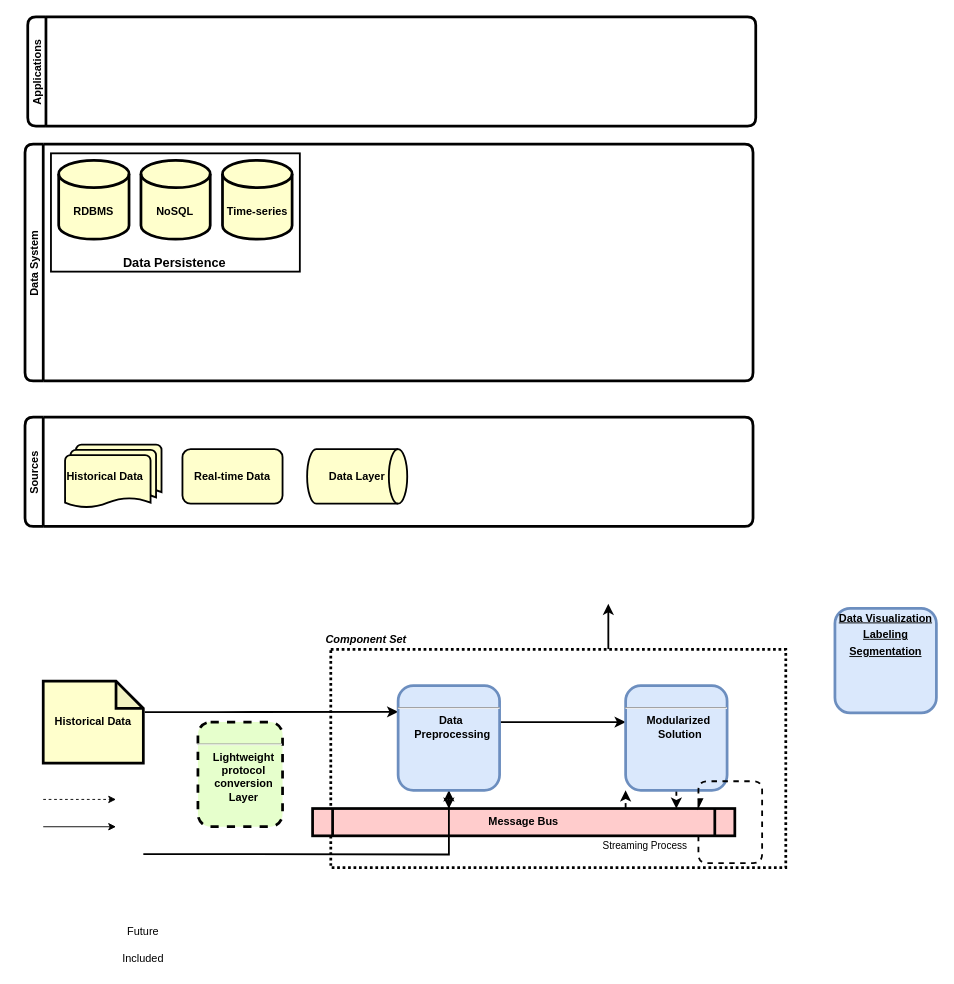
The draw.io diagram data-flow-simple.drawio in licongchao/Customized-Charts, before the edit. Source tidied: cells renumbered, new cells numbered last; positions are measured from the earlier drawing's top-left corner, leaving out a move shared by most shapes. Both pictures are drawn from the tidied source at 91%, with x=0, y=0 at pixel (25, 16). Pictures stored in the file or linked from it are replaced by grey dashed boxes.
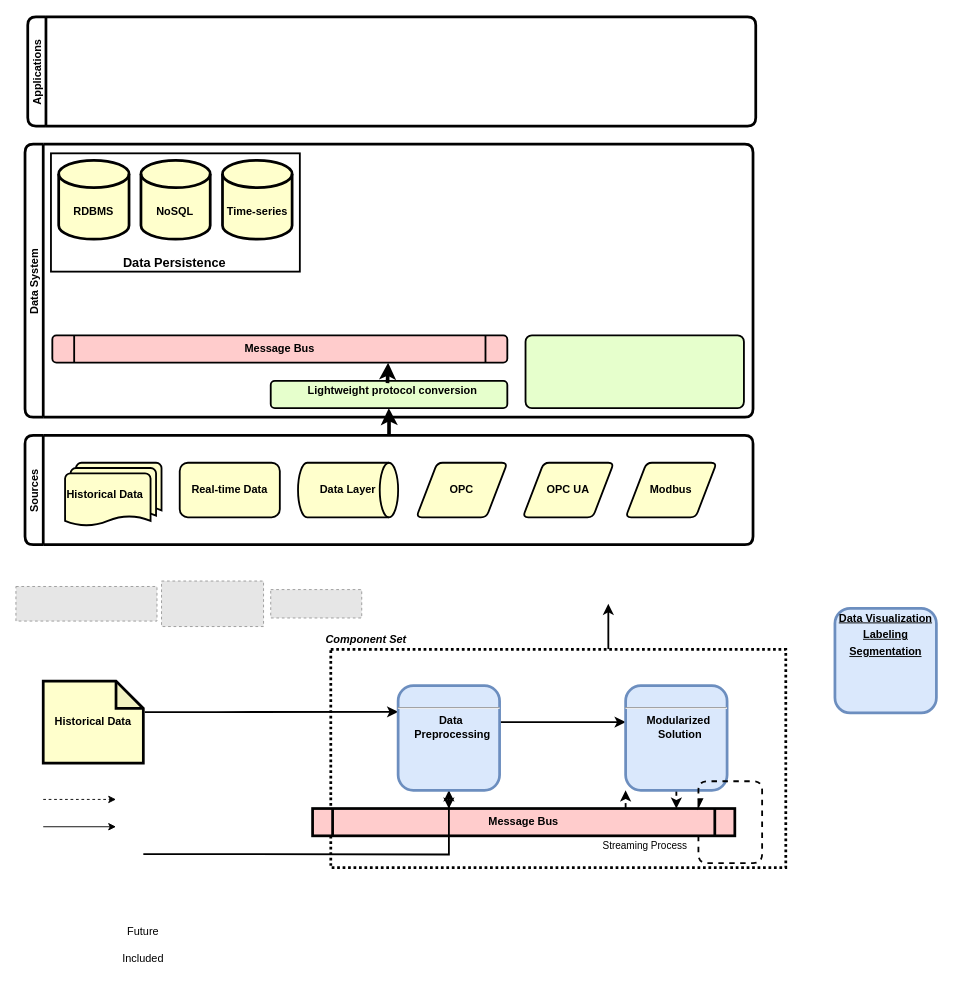
After the change.

Change to the diagram source:
```diff
@@
-    <mxCell id="5" value="&lt;p style=&quot;margin: 0px ; margin-top: 4px ; text-align: center ; text-decoration: underline&quot;&gt;&lt;strong&gt;&lt;br&gt;&lt;/strong&gt;&lt;/p&gt;&lt;hr&gt;&lt;p style=&quot;margin: 0px ; margin-left: 8px&quot;&gt;Lightweight&lt;/p&gt;&lt;p style=&quot;margin: 0px ; margin-left: 8px&quot;&gt;protocol&lt;/p&gt;&lt;p style=&quot;margin: 0px ; margin-left: 8px&quot;&gt;conversion&lt;/p&gt;&lt;p style=&quot;margin: 0px ; margin-left: 8px&quot;&gt;Layer&lt;/p&gt;&lt;p style=&quot;margin: 0px ; margin-left: 8px&quot;&gt;&lt;br&gt;&lt;/p&gt;" style="verticalAlign=middle;align=center;overflow=fill;fontSize=12;fontFamily=Helvetica;html=1;rounded=1;fontStyle=1;strokeWidth=3;fillColor=#E6FFCC;dashed=1;" parent="1" vertex="1">
-      <mxGeometry x="190" y="775" width="93" height="115" as="geometry" />
-    </mxCell>
@@
     <mxCell id="26" value="Data System" style="swimlane;startSize=20;horizontal=0;rounded=1;strokeWidth=3;" parent="1" vertex="1">
-      <mxGeometry y="140" width="800" height="260" as="geometry" />
+      <mxGeometry y="140" width="800" height="300" as="geometry" />
     </mxCell>
@@
+    <mxCell id="5" value="&lt;p style=&quot;margin: 4px 0px 0px ; text-align: center ; text-decoration: underline ; line-height: 100%&quot;&gt;&lt;/p&gt;&lt;p style=&quot;margin: 0px 0px 0px 8px&quot;&gt;Lightweight&amp;nbsp;&lt;span&gt;protocol&amp;nbsp;&lt;/span&gt;&lt;span&gt;conversion&lt;/span&gt;&lt;/p&gt;" style="verticalAlign=middle;align=center;overflow=fill;fontSize=12;fontFamily=Helvetica;html=1;rounded=1;fontStyle=1;strokeWidth=2;fillColor=#E6FFCC;perimeterSpacing=10;spacingRight=0;spacingBottom=0;spacingTop=3;" parent="26" vertex="1">
+      <mxGeometry x="270" y="260" width="260" height="30" as="geometry" />
+    </mxCell>
+    <mxCell id="38" value="Message Bus" style="shape=process;whiteSpace=wrap;align=center;verticalAlign=middle;size=0.0475;fontStyle=1;strokeWidth=2;fillColor=#FFCCCC;rounded=1;" parent="26" vertex="1">
+      <mxGeometry x="30" y="210" width="500" height="30" as="geometry" />
+    </mxCell>
+    <mxCell id="39" style="edgeStyle=orthogonalEdgeStyle;rounded=0;jettySize=auto;html=1;strokeWidth=4;jumpSize=2;exitX=0.494;exitY=0.25;exitDx=0;exitDy=0;exitPerimeter=0;" parent="26" edge="1" source="5">
+      <mxGeometry relative="1" as="geometry">
+        <mxPoint x="399" y="240" as="targetPoint" />
+      </mxGeometry>
+    </mxCell>
+    <mxCell id="40" style="rounded=1;whiteSpace=wrap;html=1;absoluteArcSize=1;arcSize=14;strokeWidth=2;shadow=0;glass=0;sketch=0;gradientColor=none;align=right;fillColor=#E6FFCC;" parent="26" vertex="1">
+      <mxGeometry x="550" y="210" width="240" height="80" as="geometry" />
+    </mxCell>
+    <mxCell id="41" style="edgeStyle=orthogonalEdgeStyle;rounded=0;jettySize=auto;html=1;entryX=0.499;entryY=0.8;entryDx=0;entryDy=0;entryPerimeter=0;strokeWidth=4;" parent="1" edge="1" source="34" target="5">
+      <mxGeometry relative="1" as="geometry" />
+    </mxCell>
     <mxCell id="34" value="Sources" style="swimlane;startSize=20;horizontal=0;rounded=1;strokeWidth=3;" parent="1" vertex="1">
-      <mxGeometry y="440" width="800" height="120" as="geometry" />
+      <mxGeometry y="460" width="800" height="120" as="geometry" />
     </mxCell>
@@
     <mxCell id="36" value="Real-time Data" style="whiteSpace=wrap;align=center;verticalAlign=middle;fontStyle=1;strokeWidth=2;fillColor=#FFFFCC;rounded=1;glass=0;sketch=0;shadow=0;" parent="34" vertex="1">
-      <mxGeometry x="173" y="35" width="110" height="60" as="geometry" />
+      <mxGeometry x="170" y="30" width="110" height="60" as="geometry" />
     </mxCell>
     <mxCell id="37" value="&lt;b&gt;Data Layer&lt;/b&gt;" style="strokeWidth=2;html=1;shape=mxgraph.flowchart.direct_data;whiteSpace=wrap;rounded=1;shadow=0;glass=0;sketch=0;fillColor=#FFFFCC;align=center;" parent="34" vertex="1">
-      <mxGeometry x="310" y="35" width="110" height="60" as="geometry" />
+      <mxGeometry x="300" y="30" width="110" height="60" as="geometry" />
     </mxCell>
+    <mxCell id="42" value="&lt;b&gt;OPC&lt;/b&gt;" style="shape=parallelogram;html=1;strokeWidth=2;perimeter=parallelogramPerimeter;whiteSpace=wrap;rounded=1;arcSize=12;size=0.23;shadow=0;glass=0;sketch=0;gradientColor=none;align=center;fillColor=#FFFFCC;" parent="34" vertex="1">
+      <mxGeometry x="430" y="30" width="100" height="60" as="geometry" />
+    </mxCell>
+    <mxCell id="43" value="&lt;b&gt;OPC UA&lt;/b&gt;" style="shape=parallelogram;html=1;strokeWidth=2;perimeter=parallelogramPerimeter;whiteSpace=wrap;rounded=1;arcSize=12;size=0.23;shadow=0;glass=0;sketch=0;gradientColor=none;align=center;fillColor=#FFFFCC;" parent="34" vertex="1">
+      <mxGeometry x="547" y="30" width="100" height="60" as="geometry" />
+    </mxCell>
+    <mxCell id="44" value="&lt;b&gt;Modbus&lt;/b&gt;" style="shape=parallelogram;html=1;strokeWidth=2;perimeter=parallelogramPerimeter;whiteSpace=wrap;rounded=1;arcSize=12;size=0.23;shadow=0;glass=0;sketch=0;gradientColor=none;align=center;fillColor=#FFFFCC;" parent="34" vertex="1">
+      <mxGeometry x="660" y="30" width="100" height="60" as="geometry" />
+    </mxCell>
+    <mxCell id="45" style="fillColor=#E6E6E6;strokeColor=#999999;dashed=1;verticalLabelPosition=bottom;labelBackgroundColor=#ffffff;verticalAlign=top;" parent="1" vertex="1">
+      <mxGeometry x="-10" y="626" width="155" height="38" as="geometry" />
+    </mxCell>
+    <mxCell id="46" style="fillColor=#E6E6E6;strokeColor=#999999;dashed=1;verticalLabelPosition=bottom;labelBackgroundColor=#ffffff;verticalAlign=top;" parent="1" vertex="1">
+      <mxGeometry x="150" y="620" width="112.1" height="50" as="geometry" />
+    </mxCell>
+    <mxCell id="47" style="fillColor=#E6E6E6;strokeColor=#999999;dashed=1;verticalLabelPosition=bottom;labelBackgroundColor=#ffffff;verticalAlign=top;" parent="1" vertex="1">
+      <mxGeometry x="270" y="629.4" width="100" height="31.2" as="geometry" />
+    </mxCell>
```
